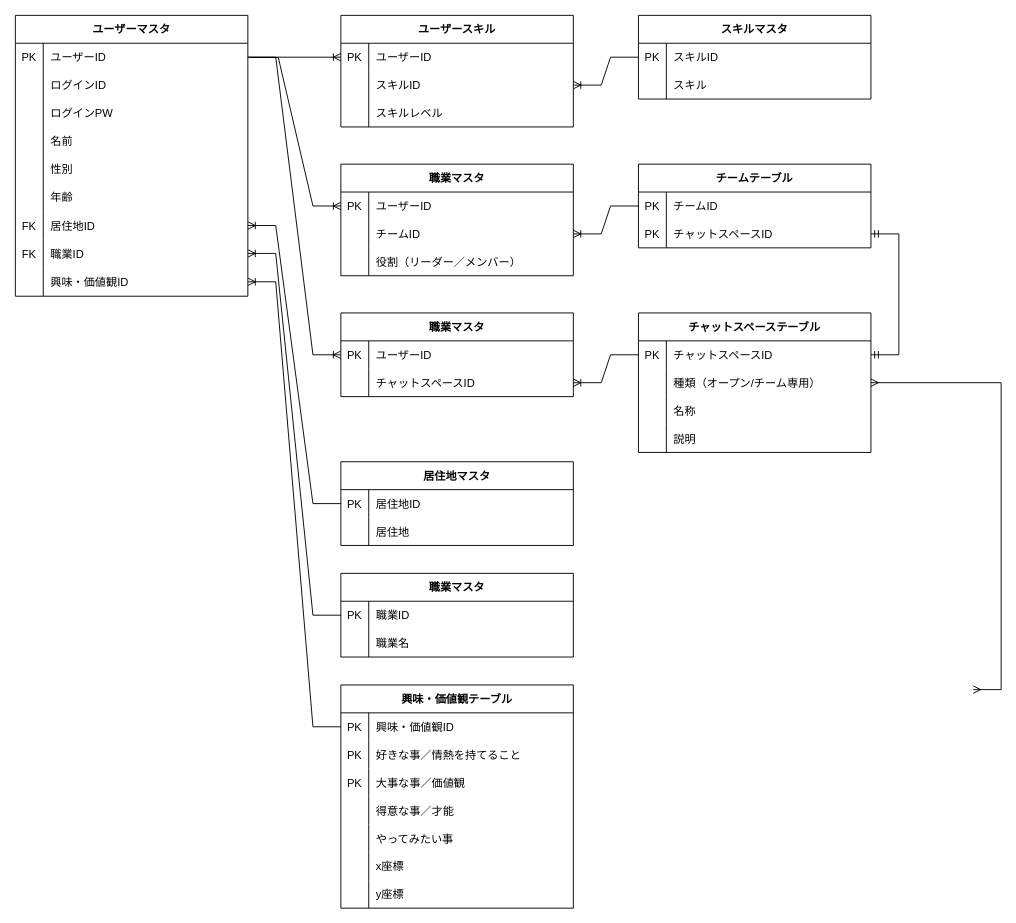
Earlier version of the draw.io diagram 名称未設定ファイル.drawio (umazkym/tech0-Step3-38.5). Source tidied: cells renumbered, new cells numbered last; positions are measured from the earlier drawing's top-left corner, leaving out a move shared by most shapes. Both pictures are drawn from the tidied source at 93%, with x=0, y=0 at pixel (15, 15).
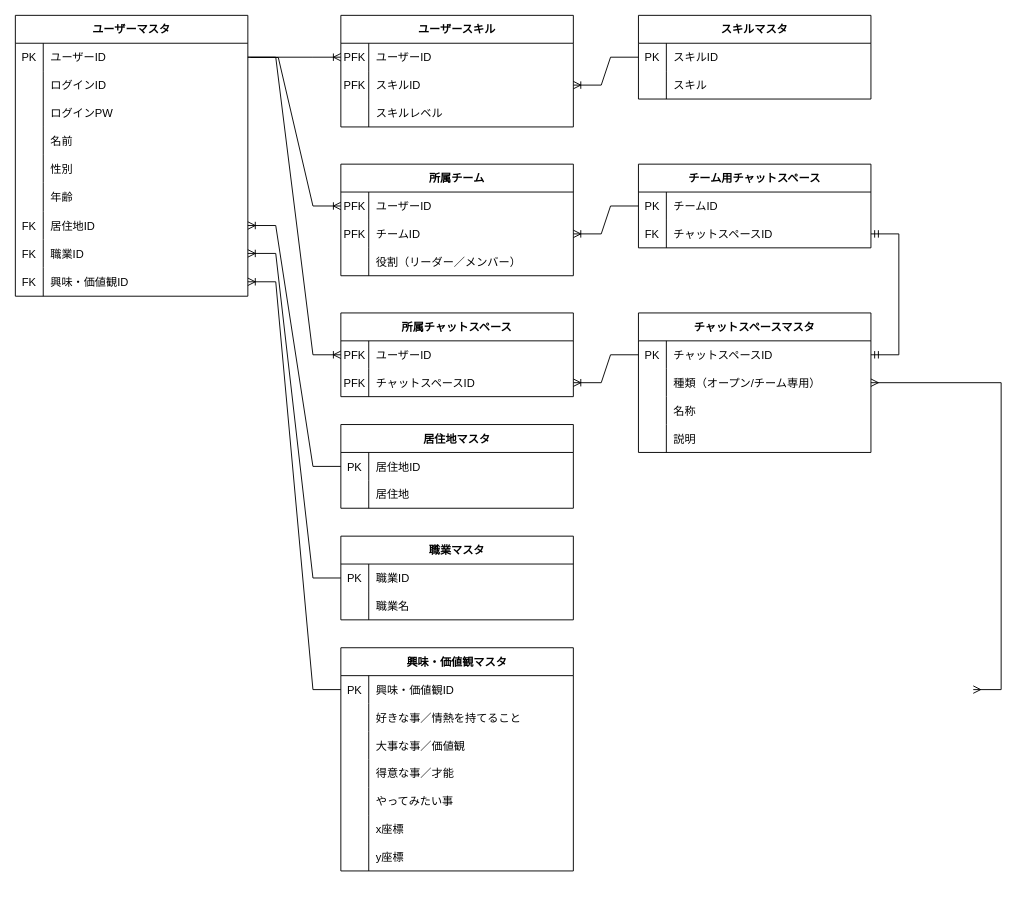
The same page after the edit.

Commit message (it also covers changes not shown here):
名称未設定ファイル.drawio を更新します

Unchanged cells that the change refers to:
```xml
<mxCell id="41" style="shape=partialRectangle;fillColor=none;points=[[0,0.5],[1,0.5]];portConstraint=eastwest;top=0;left=0;right=0;bottom=0;" parent="16" vertex="1">
  <mxGeometry y="271" width="250" height="31" as="geometry" />
</mxCell>
<mxCell id="45" style="shape=partialRectangle;fillColor=none;points=[[0,0.5],[1,0.5]];portConstraint=eastwest;top=0;left=0;right=0;bottom=0;" parent="44" vertex="1">
  <mxGeometry y="30" width="250" height="30" as="geometry" />
</mxCell>
<mxCell id="48" style="shape=partialRectangle;fillColor=none;points=[[0,0.5],[1,0.5]];portConstraint=eastwest;top=0;left=0;right=0;bottom=0;" parent="44" vertex="1">
  <mxGeometry y="60" width="250" height="30" as="geometry" />
</mxCell>
<mxCell id="71" style="shape=partialRectangle;fillColor=none;top=0;left=0;right=0;bottom=0;" parent="67" vertex="1">
  <mxGeometry y="60" width="250" height="30" as="geometry" />
</mxCell>
<mxCell id="74" style="shape=partialRectangle;fillColor=none;top=0;left=0;right=0;bottom=0;" parent="67" vertex="1">
  <mxGeometry y="90" width="250" height="30" as="geometry" />
</mxCell>
<mxCell id="93" style="shape=partialRectangle;fillColor=none;points=[[0,0.5],[1,0.5]];portConstraint=eastwest;top=0;left=0;right=0;bottom=0;" parent="89" vertex="1">
  <mxGeometry y="60" width="250" height="30" as="geometry" />
</mxCell>
<mxCell id="101" style="shape=partialRectangle;fillColor=none;points=[[0,0.5],[1,0.5]];portConstraint=eastwest;top=0;left=0;right=0;bottom=0;" parent="100" vertex="1">
  <mxGeometry y="30" width="250" height="30" as="geometry" />
</mxCell>
<mxCell id="104" style="shape=partialRectangle;fillColor=none;points=[[0,0.5],[1,0.5]];portConstraint=eastwest;top=0;left=0;right=0;bottom=0;" parent="100" vertex="1">
  <mxGeometry y="60" width="250" height="30" as="geometry" />
</mxCell>
<mxCell id="120" style="shape=partialRectangle;fillColor=none;points=[[0,0.5],[1,0.5]];portConstraint=eastwest;top=0;left=0;right=0;bottom=0;" parent="119" vertex="1">
  <mxGeometry y="30" width="250" height="30" as="geometry" />
</mxCell>
<mxCell id="123" style="shape=partialRectangle;fillColor=none;points=[[0,0.5],[1,0.5]];portConstraint=eastwest;top=0;left=0;right=0;bottom=0;" parent="119" vertex="1">
  <mxGeometry y="60" width="250" height="30" as="geometry" />
</mxCell>
```

Change to the diagram source:
```diff
@@
     <mxCell id="2" value="居住地マスタ" style="shape=table;startSize=30;childLayout=tableLayout;rowLines=0;fontStyle=1;align=center;" parent="1" vertex="1">
-      <mxGeometry x="350" y="480" width="250" height="90" as="geometry" />
+      <mxGeometry x="350" y="440" width="250" height="90" as="geometry" />
     </mxCell>
@@
     <mxCell id="9" value="職業マスタ" style="shape=table;startSize=30;childLayout=tableLayout;rowLines=0;fontStyle=1;align=center;" parent="1" vertex="1">
-      <mxGeometry x="350" y="600" width="250" height="90" as="geometry" />
+      <mxGeometry x="350" y="560" width="250" height="90" as="geometry" />
     </mxCell>
@@
-    <mxCell id="42" style="shape=partialRectangle;overflow=hidden;fillColor=none;top=0;left=0;bottom=0;right=0;" parent="41" vertex="1">
+    <mxCell id="42" value="FK" style="shape=partialRectangle;overflow=hidden;fillColor=none;top=0;left=0;bottom=0;right=0;" parent="41" vertex="1">
       <mxGeometry width="30" height="31" as="geometry" />
     </mxCell>
@@
-    <mxCell id="46" value="PK" style="shape=partialRectangle;overflow=hidden;fillColor=none;top=0;left=0;bottom=0;right=0;" parent="45" vertex="1">
+    <mxCell id="46" value="PFK" style="shape=partialRectangle;overflow=hidden;fillColor=none;top=0;left=0;bottom=0;right=0;" parent="45" vertex="1">
       <mxGeometry width="30" height="30" as="geometry" />
     </mxCell>
@@
-    <mxCell id="49" style="shape=partialRectangle;overflow=hidden;fillColor=none;top=0;left=0;bottom=0;right=0;" parent="48" vertex="1">
+    <mxCell id="49" value="PFK" style="shape=partialRectangle;overflow=hidden;fillColor=none;top=0;left=0;bottom=0;right=0;" parent="48" vertex="1">
       <mxGeometry width="30" height="30" as="geometry" />
     </mxCell>
@@
-    <mxCell id="54" value="チャットスペーステーブル" style="shape=table;startSize=30;childLayout=tableLayout;rowLines=0;fontStyle=1;align=center;" parent="1" vertex="1">
+    <mxCell id="54" value="チャットスペースマスタ" style="shape=table;startSize=30;childLayout=tableLayout;rowLines=0;fontStyle=1;align=center;" parent="1" vertex="1">
       <mxGeometry x="670" y="320" width="250" height="150" as="geometry" />
     </mxCell>
@@
-    <mxCell id="67" value="興味・価値観テーブル" style="shape=table;startSize=30;childLayout=tableLayout;rowLines=0;fontStyle=1;align=center;" parent="1" vertex="1">
-      <mxGeometry x="350" y="720" width="250" height="240" as="geometry" />
+    <mxCell id="67" value="興味・価値観マスタ" style="shape=table;startSize=30;childLayout=tableLayout;rowLines=0;fontStyle=1;align=center;" parent="1" vertex="1">
+      <mxGeometry x="350" y="680" width="250" height="240" as="geometry" />
     </mxCell>
@@
-    <mxCell id="72" value="PK" style="shape=partialRectangle;overflow=hidden;fillColor=none;top=0;left=0;bottom=0;right=0;" parent="71" vertex="1">
+    <mxCell id="72" style="shape=partialRectangle;overflow=hidden;fillColor=none;top=0;left=0;bottom=0;right=0;" parent="71" vertex="1">
       <mxGeometry width="30" height="30" as="geometry" />
     </mxCell>
@@
-    <mxCell id="75" value="PK" style="shape=partialRectangle;overflow=hidden;fillColor=none;top=0;left=0;bottom=0;right=0;" parent="74" vertex="1">
+    <mxCell id="75" style="shape=partialRectangle;overflow=hidden;fillColor=none;top=0;left=0;bottom=0;right=0;" parent="74" vertex="1">
       <mxGeometry width="30" height="30" as="geometry" />
     </mxCell>
@@
-    <mxCell id="89" value="チームテーブル" style="shape=table;startSize=30;childLayout=tableLayout;rowLines=0;fontStyle=1;align=center;" parent="1" vertex="1">
+    <mxCell id="89" value="チーム用チャットスペース" style="shape=table;startSize=30;childLayout=tableLayout;rowLines=0;fontStyle=1;align=center;" parent="1" vertex="1">
       <mxGeometry x="670" y="160" width="250" height="90" as="geometry" />
     </mxCell>
@@
-    <mxCell id="94" value="PK" style="shape=partialRectangle;overflow=hidden;fillColor=none;top=0;left=0;bottom=0;right=0;" parent="93" vertex="1">
+    <mxCell id="94" value="FK" style="shape=partialRectangle;overflow=hidden;fillColor=none;top=0;left=0;bottom=0;right=0;" parent="93" vertex="1">
       <mxGeometry width="30" height="30" as="geometry" />
     </mxCell>
@@
-    <mxCell id="100" value="職業マスタ" style="shape=table;startSize=30;childLayout=tableLayout;rowLines=0;fontStyle=1;align=center;" parent="1" vertex="1">
+    <mxCell id="100" value="所属チーム" style="shape=table;startSize=30;childLayout=tableLayout;rowLines=0;fontStyle=1;align=center;" parent="1" vertex="1">
       <mxGeometry x="350" y="160" width="250" height="120" as="geometry" />
     </mxCell>
@@
-    <mxCell id="102" value="PK" style="shape=partialRectangle;overflow=hidden;fillColor=none;top=0;left=0;bottom=0;right=0;" parent="101" vertex="1">
+    <mxCell id="102" value="PFK" style="shape=partialRectangle;overflow=hidden;fillColor=none;top=0;left=0;bottom=0;right=0;" parent="101" vertex="1">
       <mxGeometry width="30" height="30" as="geometry" />
     </mxCell>
@@
-    <mxCell id="105" style="shape=partialRectangle;overflow=hidden;fillColor=none;top=0;left=0;bottom=0;right=0;" parent="104" vertex="1">
+    <mxCell id="105" value="PFK" style="shape=partialRectangle;overflow=hidden;fillColor=none;top=0;left=0;bottom=0;right=0;" parent="104" vertex="1">
       <mxGeometry width="30" height="30" as="geometry" />
     </mxCell>
@@
-    <mxCell id="119" value="職業マスタ" style="shape=table;startSize=30;childLayout=tableLayout;rowLines=0;fontStyle=1;align=center;" parent="1" vertex="1">
+    <mxCell id="119" value="所属チャットスペース" style="shape=table;startSize=30;childLayout=tableLayout;rowLines=0;fontStyle=1;align=center;" parent="1" vertex="1">
       <mxGeometry x="350" y="320" width="250" height="90" as="geometry" />
     </mxCell>
@@
-    <mxCell id="121" value="PK" style="shape=partialRectangle;overflow=hidden;fillColor=none;top=0;left=0;bottom=0;right=0;" parent="120" vertex="1">
+    <mxCell id="121" value="PFK" style="shape=partialRectangle;overflow=hidden;fillColor=none;top=0;left=0;bottom=0;right=0;" parent="120" vertex="1">
       <mxGeometry width="30" height="30" as="geometry" />
     </mxCell>
@@
-    <mxCell id="124" style="shape=partialRectangle;overflow=hidden;fillColor=none;top=0;left=0;bottom=0;right=0;" parent="123" vertex="1">
+    <mxCell id="124" value="PFK" style="shape=partialRectangle;overflow=hidden;fillColor=none;top=0;left=0;bottom=0;right=0;" parent="123" vertex="1">
       <mxGeometry width="30" height="30" as="geometry" />
     </mxCell>
```
